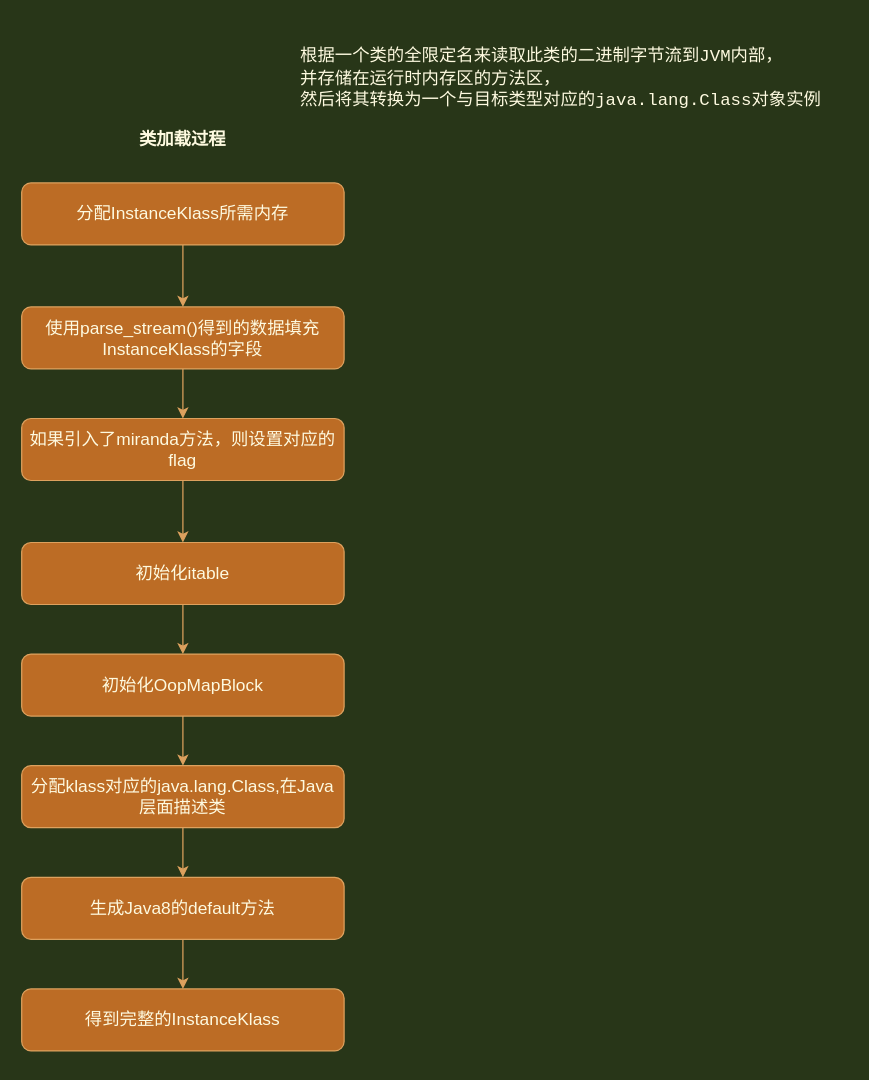
Above: page "加载" (2 of 2) of 类加载.drawio in Potato20522/diagrams (draw.io), before the change. Source tidied: cells renumbered, new cells numbered last; positions are measured from the earlier drawing's top-left corner, leaving out a move shared by most shapes. Both pictures are drawn from the tidied source at 124%, with x=0, y=0 at pixel (21, 21).
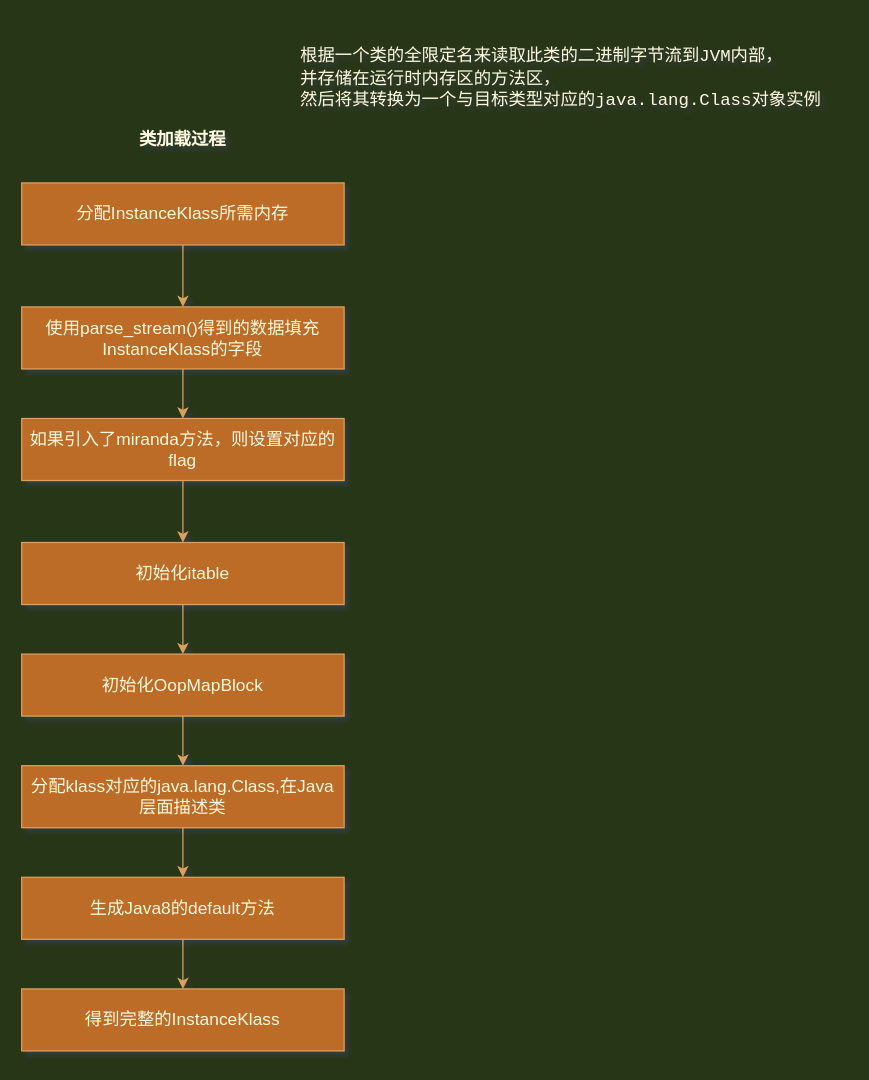
The same diagram, later.

Commit message (it also covers changes not shown here):
更新类加载.drawio

Change to the diagram source:
```diff
@@
-<mxGraphModel background="#283618">
+<mxGraphModel background="#283618" shadow="1">
   <root>
     <mxCell id="0" />
     <mxCell id="1" parent="0" />
     <mxCell id="2" style="edgeStyle=orthogonalEdgeStyle;rounded=0;jettySize=auto;html=1;fontSize=14;labelBackgroundColor=#283618;strokeColor=#DDA15E;fontColor=#FEFAE0;" parent="1" edge="1" source="3" target="5">
       <mxGeometry relative="1" as="geometry" />
     </mxCell>
-    <mxCell id="3" value="分配InstanceKlass所需内存" style="rounded=1;whiteSpace=wrap;html=1;fontSize=14;fillColor=#BC6C25;strokeColor=#DDA15E;fontColor=#FEFAE0;" parent="1" vertex="1">
+    <mxCell id="3" value="分配InstanceKlass所需内存" style="rounded=0;whiteSpace=wrap;html=1;fontSize=14;fillColor=#BC6C25;strokeColor=#DDA15E;fontColor=#FEFAE0;" parent="1" vertex="1">
       <mxGeometry y="130" width="260" height="50" as="geometry" />
     </mxCell>
     <mxCell id="4" style="edgeStyle=orthogonalEdgeStyle;rounded=0;jettySize=auto;html=1;fontSize=14;labelBackgroundColor=#283618;strokeColor=#DDA15E;fontColor=#FEFAE0;" parent="1" edge="1" source="5" target="7">
       <mxGeometry relative="1" as="geometry" />
     </mxCell>
-    <mxCell id="5" value="使用parse_stream()得到的数据填充InstanceKlass的字段" style="rounded=1;whiteSpace=wrap;html=1;fontSize=14;fillColor=#BC6C25;strokeColor=#DDA15E;fontColor=#FEFAE0;" parent="1" vertex="1">
+    <mxCell id="5" value="使用parse_stream()得到的数据填充InstanceKlass的字段" style="rounded=0;whiteSpace=wrap;html=1;fontSize=14;fillColor=#BC6C25;strokeColor=#DDA15E;fontColor=#FEFAE0;" parent="1" vertex="1">
       <mxGeometry y="230" width="260" height="50" as="geometry" />
     </mxCell>
     <mxCell id="6" style="edgeStyle=orthogonalEdgeStyle;rounded=0;jettySize=auto;html=1;fontSize=14;labelBackgroundColor=#283618;strokeColor=#DDA15E;fontColor=#FEFAE0;" parent="1" edge="1" source="7" target="9">
       <mxGeometry relative="1" as="geometry" />
     </mxCell>
-    <mxCell id="7" value="如果引入了miranda方法，则设置对应的flag" style="rounded=1;whiteSpace=wrap;html=1;fontSize=14;fillColor=#BC6C25;strokeColor=#DDA15E;fontColor=#FEFAE0;" parent="1" vertex="1">
+    <mxCell id="7" value="如果引入了miranda方法，则设置对应的flag" style="rounded=0;whiteSpace=wrap;html=1;fontSize=14;fillColor=#BC6C25;strokeColor=#DDA15E;fontColor=#FEFAE0;" parent="1" vertex="1">
       <mxGeometry y="320" width="260" height="50" as="geometry" />
     </mxCell>
     <mxCell id="8" style="edgeStyle=orthogonalEdgeStyle;rounded=0;jettySize=auto;html=1;fontSize=14;labelBackgroundColor=#283618;strokeColor=#DDA15E;fontColor=#FEFAE0;" parent="1" edge="1" source="9" target="11">
       <mxGeometry relative="1" as="geometry" />
     </mxCell>
-    <mxCell id="9" value="初始化itable" style="rounded=1;whiteSpace=wrap;html=1;fontSize=14;fillColor=#BC6C25;strokeColor=#DDA15E;fontColor=#FEFAE0;" parent="1" vertex="1">
+    <mxCell id="9" value="初始化itable" style="rounded=0;whiteSpace=wrap;html=1;fontSize=14;fillColor=#BC6C25;strokeColor=#DDA15E;fontColor=#FEFAE0;" parent="1" vertex="1">
       <mxGeometry y="420" width="260" height="50" as="geometry" />
     </mxCell>
     <mxCell id="10" style="edgeStyle=orthogonalEdgeStyle;rounded=0;jettySize=auto;html=1;fontSize=14;labelBackgroundColor=#283618;strokeColor=#DDA15E;fontColor=#FEFAE0;" parent="1" edge="1" source="11" target="13">
       <mxGeometry relative="1" as="geometry" />
     </mxCell>
-    <mxCell id="11" value="初始化OopMapBlock" style="rounded=1;whiteSpace=wrap;html=1;fontSize=14;fillColor=#BC6C25;strokeColor=#DDA15E;fontColor=#FEFAE0;" parent="1" vertex="1">
+    <mxCell id="11" value="初始化OopMapBlock" style="rounded=0;whiteSpace=wrap;html=1;fontSize=14;fillColor=#BC6C25;strokeColor=#DDA15E;fontColor=#FEFAE0;" parent="1" vertex="1">
       <mxGeometry y="510" width="260" height="50" as="geometry" />
     </mxCell>
     <mxCell id="12" style="edgeStyle=orthogonalEdgeStyle;rounded=0;jettySize=auto;html=1;fontSize=14;labelBackgroundColor=#283618;strokeColor=#DDA15E;fontColor=#FEFAE0;" parent="1" edge="1" source="13" target="15">
       <mxGeometry relative="1" as="geometry" />
     </mxCell>
-    <mxCell id="13" value="分配klass对应的java.lang.Class,在Java层面描述类" style="rounded=1;whiteSpace=wrap;html=1;fontSize=14;fillColor=#BC6C25;strokeColor=#DDA15E;fontColor=#FEFAE0;" parent="1" vertex="1">
+    <mxCell id="13" value="分配klass对应的java.lang.Class,在Java层面描述类" style="rounded=0;whiteSpace=wrap;html=1;fontSize=14;fillColor=#BC6C25;strokeColor=#DDA15E;fontColor=#FEFAE0;" parent="1" vertex="1">
       <mxGeometry y="600" width="260" height="50" as="geometry" />
     </mxCell>
     <mxCell id="14" style="edgeStyle=orthogonalEdgeStyle;rounded=0;jettySize=auto;html=1;fontSize=14;labelBackgroundColor=#283618;strokeColor=#DDA15E;fontColor=#FEFAE0;" parent="1" edge="1" source="15" target="16">
       <mxGeometry relative="1" as="geometry" />
     </mxCell>
-    <mxCell id="15" value="生成Java8的default方法" style="rounded=1;whiteSpace=wrap;html=1;fontSize=14;fillColor=#BC6C25;strokeColor=#DDA15E;fontColor=#FEFAE0;" parent="1" vertex="1">
+    <mxCell id="15" value="生成Java8的default方法" style="rounded=0;whiteSpace=wrap;html=1;fontSize=14;fillColor=#BC6C25;strokeColor=#DDA15E;fontColor=#FEFAE0;" parent="1" vertex="1">
       <mxGeometry y="690" width="260" height="50" as="geometry" />
     </mxCell>
-    <mxCell id="16" value="得到完整的InstanceKlass" style="rounded=1;whiteSpace=wrap;html=1;fontSize=14;fillColor=#BC6C25;strokeColor=#DDA15E;fontColor=#FEFAE0;" parent="1" vertex="1">
+    <mxCell id="16" value="得到完整的InstanceKlass" style="rounded=0;whiteSpace=wrap;html=1;fontSize=14;fillColor=#BC6C25;strokeColor=#DDA15E;fontColor=#FEFAE0;" parent="1" vertex="1">
       <mxGeometry y="780" width="260" height="50" as="geometry" />
     </mxCell>
     <mxCell id="17" value="&lt;pre style=&quot;margin-top: 0px; margin-bottom: 0px; padding: 0px; transition-duration: 0.2s; overflow: auto; font-family: &amp;quot;courier new&amp;quot;; overflow-wrap: break-word; text-align: left; font-size: 14px;&quot;&gt;&lt;span style=&quot;margin: 0px; padding: 0px; line-height: 1.5; font-size: 14px;&quot;&gt;根据一个类的全限定名来读取此类的&lt;/span&gt;二进制字节流到JVM内部，&lt;/pre&gt;&lt;pre style=&quot;margin-top: 0px; margin-bottom: 0px; padding: 0px; transition-duration: 0.2s; overflow: auto; font-family: &amp;quot;courier new&amp;quot;; overflow-wrap: break-word; text-align: left; font-size: 14px;&quot;&gt;&lt;span style=&quot;white-space: normal; font-size: 14px;&quot;&gt;并存储在运行时内存区的方法区，&lt;/span&gt;&lt;/pre&gt;&lt;pre style=&quot;margin-top: 0px; margin-bottom: 0px; padding: 0px; transition-duration: 0.2s; overflow: auto; font-family: &amp;quot;courier new&amp;quot;; overflow-wrap: break-word; text-align: left; font-size: 14px;&quot;&gt;然后将其转换为一个与目标类型对应的java.lang.Class对象实例&lt;/pre&gt;" style="text;html=1;strokeColor=none;fillColor=none;align=center;verticalAlign=middle;whiteSpace=wrap;rounded=0;fontSize=14;fontColor=#FEFAE0;" parent="1" vertex="1">
       <mxGeometry x="210" width="450" height="90" as="geometry" />
     </mxCell>
     <mxCell id="18" value="&lt;b&gt;类加载过程&lt;/b&gt;" style="text;html=1;strokeColor=none;fillColor=none;align=center;verticalAlign=middle;whiteSpace=wrap;rounded=0;fontFamily=Helvetica;fontSize=14;fontColor=#FEFAE0;" parent="1" vertex="1">
       <mxGeometry x="75" y="80" width="110" height="30" as="geometry" />
     </mxCell>
   </root>
 </mxGraphModel>
```
